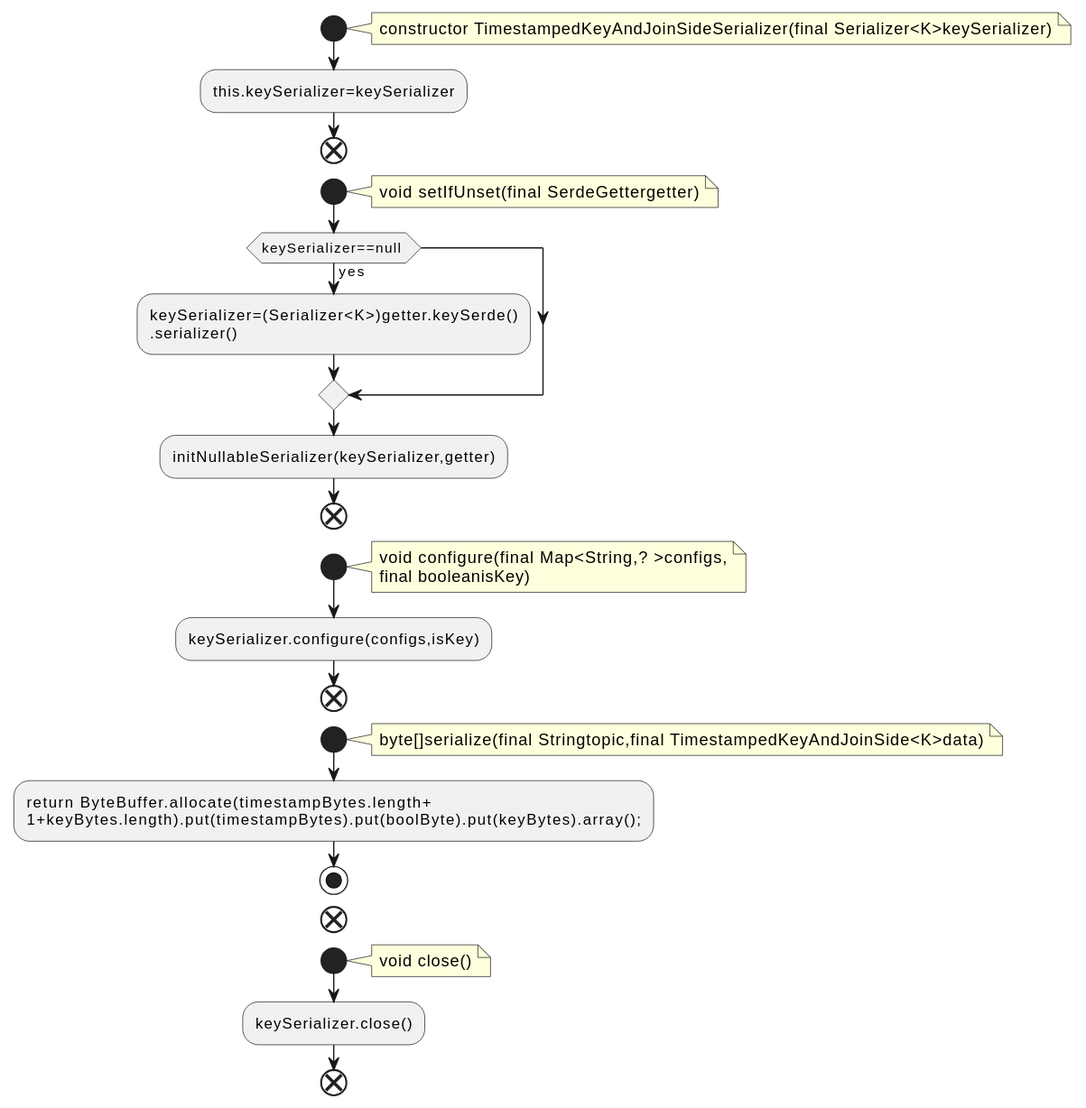
Above: docs/qc/streams/src/main/java/org/apache/kafka/streams/state/internals/TimestampedKeyAndJoinSideSerializer.java.fct.svg in qualitesys/kafka (PlantUML), before the change.
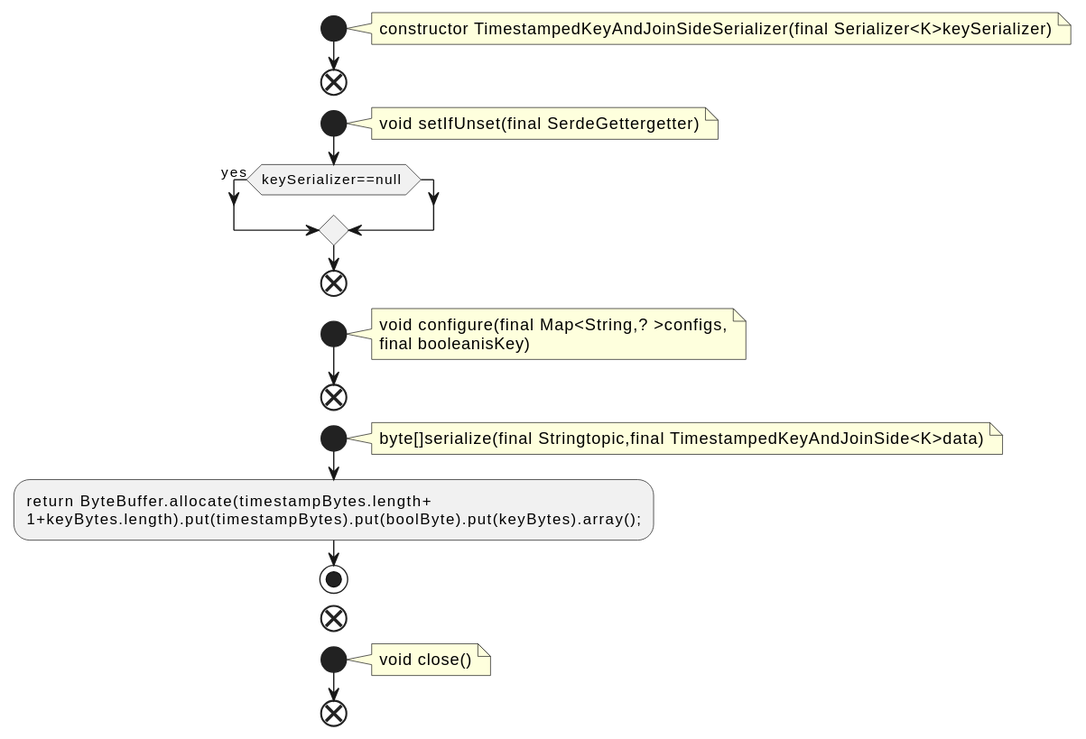
After the change.

What changed in the source:
```diff
@@ -4,24 +4,19 @@
 note right
 constructor TimestampedKeyAndJoinSideSerializer(final Serializer<K>keySerializer)
 end note
-:this.keySerializer=keySerializer;
 end
 start
 note right
 void setIfUnset(final SerdeGettergetter)
 end note
 if (keySerializer==null ) then (yes)
-:keySerializer=(Serializer<K>)getter.keySerde()
-.serializer();
 endif
-:initNullableSerializer(keySerializer,getter);
 end
 start
 note right
 void configure(final Map<String,? >configs,
 final booleanisKey)
 end note
-:keySerializer.configure(configs,isKey);
 end
 start
 note right
@@ -35,6 +30,5 @@
 note right
 void close()
 end note
-:keySerializer.close();
 end
 @enduml
```
